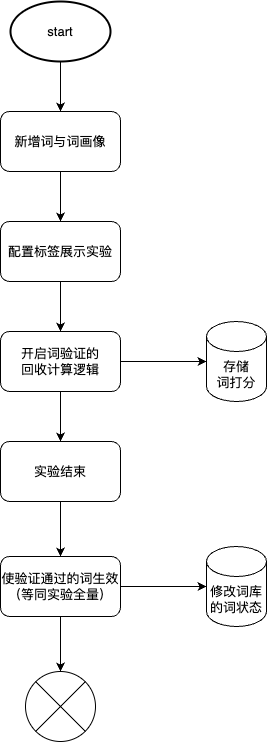
Above: work-draw-file/标签词验证方案.png in liujunao/draw-data (draw.io), before the change. Source tidied: cells renumbered, new cells last; positions are measured from the earlier drawing's top-left corner, leaving out a move shared by most shapes. Source of this version:
```xml
<mxGraphModel>
  <root>
    <mxCell id="0" />
    <mxCell id="1" parent="0" />
    <mxCell id="2" style="edgeStyle=orthogonalEdgeStyle;rounded=0;jettySize=auto;html=1;exitX=0.5;exitY=1;exitDx=0;exitDy=0;" parent="1" edge="1" source="3" target="5">
      <mxGeometry relative="1" as="geometry" />
    </mxCell>
    <mxCell id="3" value="新增词与词画像" style="rounded=1;whiteSpace=wrap;html=1;" parent="1" vertex="1">
      <mxGeometry y="110" width="120" height="60" as="geometry" />
    </mxCell>
    <mxCell id="4" style="edgeStyle=orthogonalEdgeStyle;rounded=0;jettySize=auto;html=1;exitX=0.5;exitY=1;exitDx=0;exitDy=0;" parent="1" edge="1" source="5" target="8">
      <mxGeometry relative="1" as="geometry" />
    </mxCell>
    <mxCell id="5" value="配置标签展示实验" style="rounded=1;whiteSpace=wrap;html=1;" parent="1" vertex="1">
      <mxGeometry y="220" width="120" height="60" as="geometry" />
    </mxCell>
    <mxCell id="6" style="edgeStyle=orthogonalEdgeStyle;rounded=0;jettySize=auto;html=1;exitX=0.5;exitY=1;exitDx=0;exitDy=0;" parent="1" edge="1" source="8" target="10">
      <mxGeometry relative="1" as="geometry" />
    </mxCell>
    <mxCell id="7" style="edgeStyle=orthogonalEdgeStyle;rounded=0;jettySize=auto;html=1;exitX=1;exitY=0.5;exitDx=0;exitDy=0;entryX=0;entryY=0.5;entryDx=0;entryDy=0;entryPerimeter=0;" parent="1" edge="1" source="8" target="17">
      <mxGeometry relative="1" as="geometry" />
    </mxCell>
    <mxCell id="8" value="开启词验证的&lt;br&gt;回收计算逻辑" style="rounded=1;whiteSpace=wrap;html=1;" parent="1" vertex="1">
      <mxGeometry y="330" width="120" height="60" as="geometry" />
    </mxCell>
    <mxCell id="9" style="edgeStyle=orthogonalEdgeStyle;rounded=0;jettySize=auto;html=1;exitX=0.5;exitY=1;exitDx=0;exitDy=0;" parent="1" edge="1" source="10" target="13">
      <mxGeometry relative="1" as="geometry" />
    </mxCell>
    <mxCell id="10" value="实验结束" style="rounded=1;whiteSpace=wrap;html=1;" parent="1" vertex="1">
      <mxGeometry y="440" width="120" height="60" as="geometry" />
    </mxCell>
    <mxCell id="11" style="edgeStyle=orthogonalEdgeStyle;rounded=0;jettySize=auto;html=1;exitX=0.5;exitY=1;exitDx=0;exitDy=0;" parent="1" edge="1" source="13" target="16">
      <mxGeometry relative="1" as="geometry" />
    </mxCell>
    <mxCell id="12" style="edgeStyle=orthogonalEdgeStyle;rounded=0;jettySize=auto;html=1;exitX=1;exitY=0.5;exitDx=0;exitDy=0;" parent="1" edge="1" source="13" target="18">
      <mxGeometry relative="1" as="geometry" />
    </mxCell>
    <mxCell id="13" value="使验证通过的词生效&lt;br&gt;（等同实验全量）" style="rounded=1;whiteSpace=wrap;html=1;" parent="1" vertex="1">
      <mxGeometry y="555" width="120" height="60" as="geometry" />
    </mxCell>
    <mxCell id="14" style="edgeStyle=orthogonalEdgeStyle;rounded=0;jettySize=auto;html=1;exitX=0.5;exitY=1;exitDx=0;exitDy=0;exitPerimeter=0;" parent="1" edge="1" source="15" target="3">
      <mxGeometry relative="1" as="geometry" />
    </mxCell>
    <mxCell id="15" value="start" style="strokeWidth=2;html=1;shape=mxgraph.flowchart.start_1;whiteSpace=wrap;" parent="1" vertex="1">
      <mxGeometry x="10" width="100" height="60" as="geometry" />
    </mxCell>
    <mxCell id="16" style="verticalLabelPosition=bottom;verticalAlign=top;html=1;shape=mxgraph.flowchart.or;" parent="1" vertex="1">
      <mxGeometry x="25" y="670" width="70" height="70" as="geometry" />
    </mxCell>
    <mxCell id="17" value="存储&lt;br&gt;词打分" style="shape=cylinder3;whiteSpace=wrap;html=1;boundedLbl=1;backgroundOutline=1;size=15;" parent="1" vertex="1">
      <mxGeometry x="206" y="320" width="60" height="80" as="geometry" />
    </mxCell>
    <mxCell id="18" value="修改词库的词状态" style="shape=cylinder3;whiteSpace=wrap;html=1;boundedLbl=1;backgroundOutline=1;size=15;" parent="1" vertex="1">
      <mxGeometry x="206" y="545" width="60" height="80" as="geometry" />
    </mxCell>
  </root>
</mxGraphModel>
```
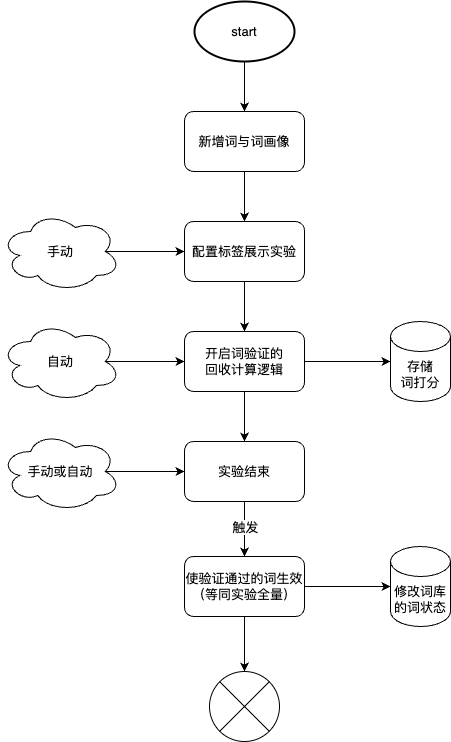
Later version of the same file.

Commit message:
更新标签词验证方案.png

Change to the diagram source:
```diff
@@ -26,6 +26,9 @@
     <mxCell id="9" style="edgeStyle=orthogonalEdgeStyle;rounded=0;jettySize=auto;html=1;exitX=0.5;exitY=1;exitDx=0;exitDy=0;" parent="1" edge="1" source="10" target="13">
       <mxGeometry relative="1" as="geometry" />
     </mxCell>
+    <mxCell id="19" value="触发" style="edgeLabel;html=1;align=center;verticalAlign=middle;" parent="9" vertex="1">
+      <mxGeometry x="-0.07" relative="1" as="geometry" />
+    </mxCell>
     <mxCell id="10" value="实验结束" style="rounded=1;whiteSpace=wrap;html=1;" parent="1" vertex="1">
       <mxGeometry y="440" width="120" height="60" as="geometry" />
     </mxCell>
@@ -53,5 +56,23 @@
     <mxCell id="18" value="修改词库的词状态" style="shape=cylinder3;whiteSpace=wrap;html=1;boundedLbl=1;backgroundOutline=1;size=15;" parent="1" vertex="1">
       <mxGeometry x="206" y="545" width="60" height="80" as="geometry" />
     </mxCell>
+    <mxCell id="20" style="edgeStyle=orthogonalEdgeStyle;rounded=0;jettySize=auto;html=1;exitX=0.875;exitY=0.5;exitDx=0;exitDy=0;exitPerimeter=0;entryX=0;entryY=0.5;entryDx=0;entryDy=0;" parent="1" edge="1" source="21" target="5">
+      <mxGeometry relative="1" as="geometry" />
+    </mxCell>
+    <mxCell id="21" value="手动" style="ellipse;shape=cloud;whiteSpace=wrap;html=1;" parent="1" vertex="1">
+      <mxGeometry x="-184" y="210" width="120" height="80" as="geometry" />
+    </mxCell>
+    <mxCell id="22" style="edgeStyle=orthogonalEdgeStyle;rounded=0;jettySize=auto;html=1;exitX=0.875;exitY=0.5;exitDx=0;exitDy=0;exitPerimeter=0;" parent="1" edge="1" source="23" target="8">
+      <mxGeometry relative="1" as="geometry" />
+    </mxCell>
+    <mxCell id="23" value="自动" style="ellipse;shape=cloud;whiteSpace=wrap;html=1;" parent="1" vertex="1">
+      <mxGeometry x="-184" y="320" width="120" height="80" as="geometry" />
+    </mxCell>
+    <mxCell id="24" style="edgeStyle=orthogonalEdgeStyle;rounded=0;jettySize=auto;html=1;exitX=0.875;exitY=0.5;exitDx=0;exitDy=0;exitPerimeter=0;" parent="1" edge="1" source="25" target="10">
+      <mxGeometry relative="1" as="geometry" />
+    </mxCell>
+    <mxCell id="25" value="手动或自动" style="ellipse;shape=cloud;whiteSpace=wrap;html=1;" parent="1" vertex="1">
+      <mxGeometry x="-184" y="430" width="120" height="80" as="geometry" />
+    </mxCell>
   </root>
 </mxGraphModel>
```
